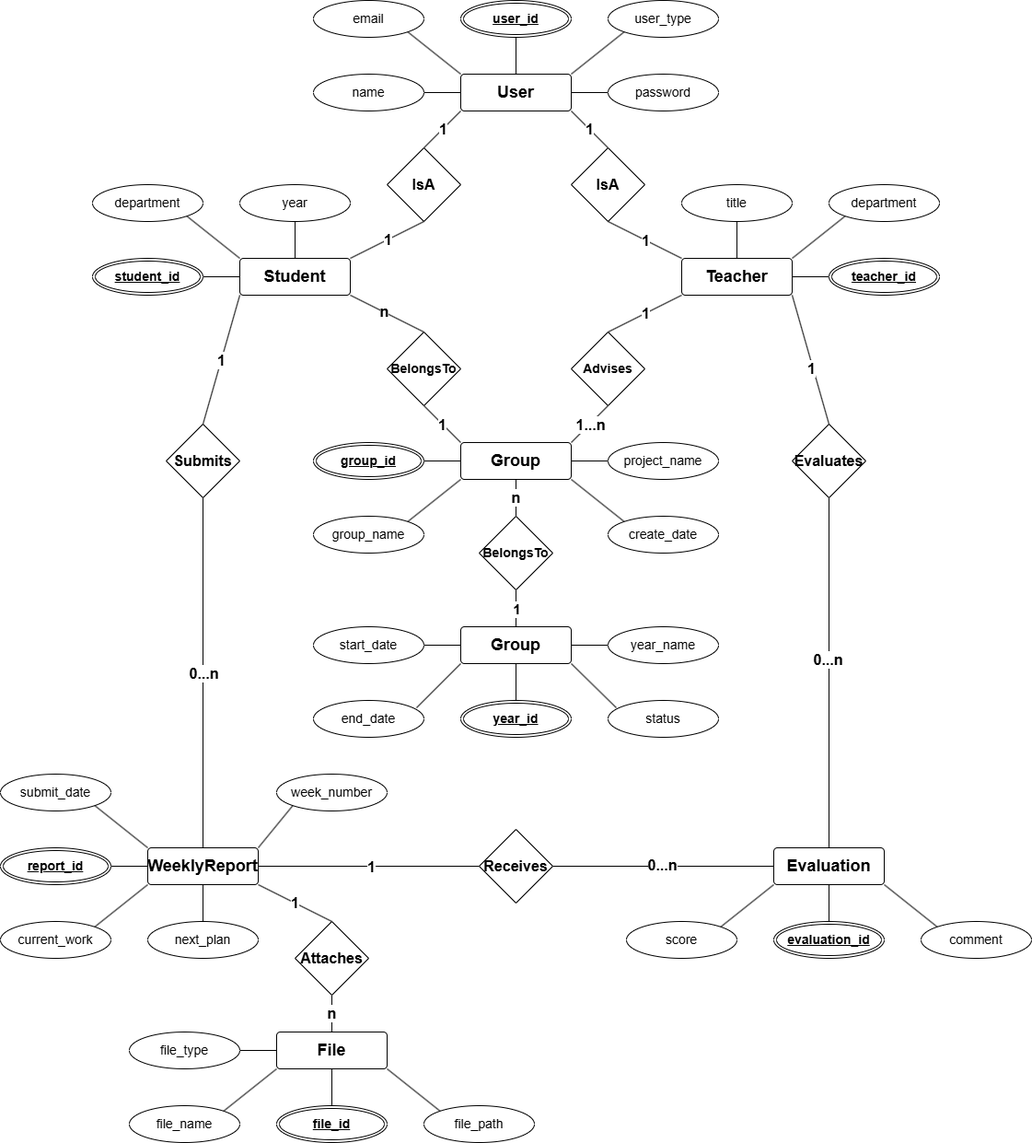
TingWei-Chen/DataBase_Project keeps this draw.io diagram as docs/database/er_diagram.png. Above is the earlier version. Source tidied: cells renumbered, new cells last; positions are measured from the earlier drawing's top-left corner, leaving out a move shared by most shapes.
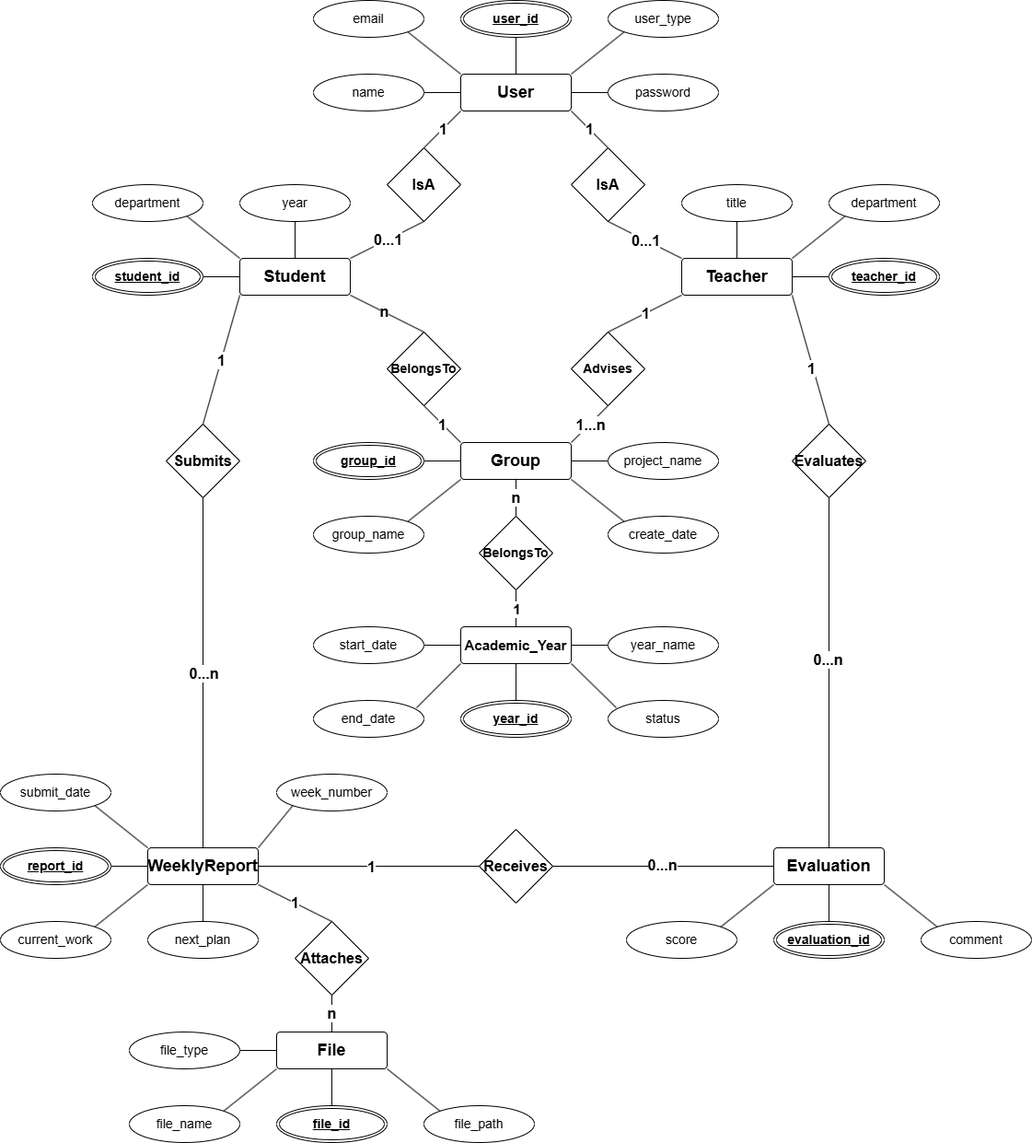
The same diagram one commit later.

What changed in the source:
```diff
@@ -56,7 +56,7 @@
     <mxCell id="19" style="edgeStyle=none;rounded=0;jettySize=auto;html=1;exitX=1;exitY=0;exitDx=0;exitDy=0;entryX=0.5;entryY=1;entryDx=0;entryDy=0;endArrow=none;startFill=0;" parent="1" edge="1" source="28" target="17">
       <mxGeometry relative="1" as="geometry" />
     </mxCell>
-    <mxCell id="20" value="1" style="edgeLabel;html=1;align=center;verticalAlign=middle;fontSize=16;fontStyle=1;" parent="19" vertex="1">
+    <mxCell id="20" value="0...1" style="edgeLabel;html=1;align=center;verticalAlign=middle;fontSize=16;fontStyle=1;" parent="19" vertex="1">
       <mxGeometry relative="1" as="geometry" />
     </mxCell>
     <mxCell id="21" style="edgeStyle=none;rounded=0;jettySize=auto;html=1;exitX=1;exitY=1;exitDx=0;exitDy=0;entryX=0.5;entryY=0;entryDx=0;entryDy=0;endArrow=none;startFill=0;" parent="1" edge="1" source="28" target="41">
@@ -324,7 +324,7 @@
         <mxPoint x="660" y="240" as="targetPoint" />
       </mxGeometry>
     </mxCell>
-    <mxCell id="103" value="1" style="edgeLabel;html=1;align=center;verticalAlign=middle;fontSize=16;fontStyle=1;" parent="102" vertex="1">
+    <mxCell id="103" value="0...1" style="edgeLabel;html=1;align=center;verticalAlign=middle;fontSize=16;fontStyle=1;" parent="102" vertex="1">
       <mxGeometry x="-0.05" y="-3" relative="1" as="geometry">
         <mxPoint x="-3" y="2" as="offset" />
       </mxGeometry>
@@ -347,7 +347,7 @@
     <mxCell id="109" style="edgeStyle=none;rounded=0;jettySize=auto;html=1;exitX=1;exitY=0.5;exitDx=0;exitDy=0;entryX=0;entryY=0.5;entryDx=0;entryDy=0;endArrow=none;startFill=0;" parent="1" edge="1" source="110" target="114">
       <mxGeometry relative="1" as="geometry" />
     </mxCell>
-    <mxCell id="110" value="&lt;span style=&quot;font-family: Arial, sans-serif; font-size: 18px; font-weight: 700; text-align: start; text-wrap-mode: nowrap;&quot;&gt;Group&lt;/span&gt;" style="rounded=1;arcSize=10;whiteSpace=wrap;html=1;align=center;" parent="1" vertex="1">
+    <mxCell id="110" value="&lt;span style=&quot;font-family: Arial, sans-serif; font-weight: 700; text-align: start; text-wrap-mode: nowrap;&quot;&gt;&lt;font style=&quot;font-size: 15px;&quot;&gt;Academic_Year&lt;/font&gt;&lt;/span&gt;" style="rounded=1;arcSize=10;whiteSpace=wrap;html=1;align=center;" parent="1" vertex="1">
       <mxGeometry x="500" y="680" width="120" height="40" as="geometry" />
     </mxCell>
     <mxCell id="111" value="&lt;span style=&quot;font-family: Arial, sans-serif; font-size: 14px; font-weight: 700; text-align: start; text-wrap-mode: nowrap; text-decoration-line: underline;&quot;&gt;year_id&lt;/span&gt;" style="ellipse;shape=doubleEllipse;margin=3;whiteSpace=wrap;html=1;align=center;" parent="1" vertex="1">
```
